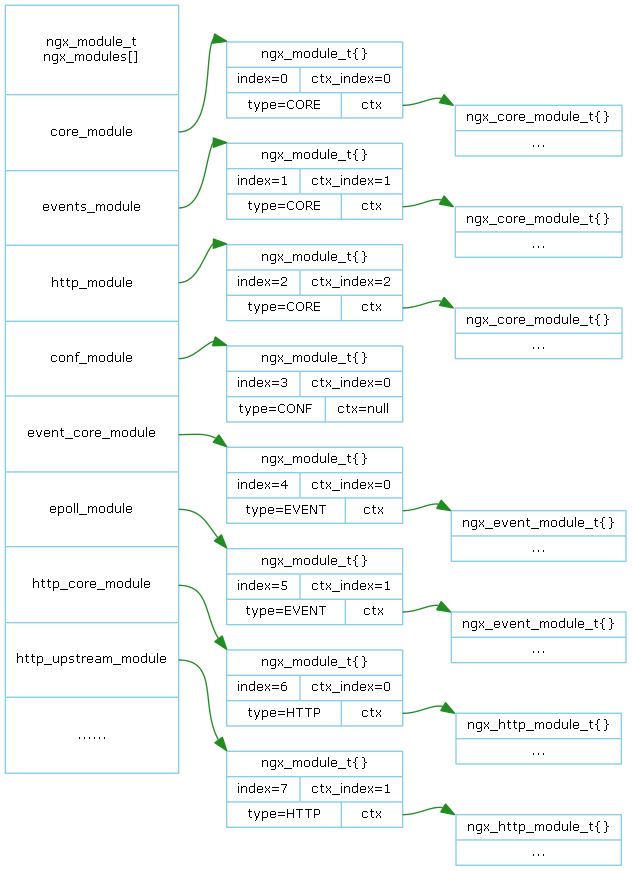
The Graphviz diagram doc/Graph/module_model/ngx_modules.png in lingjf/nginx_analyse, before a commit. Its source is kept beside it as doc/Graph/module_model/ngx_modules.gv.
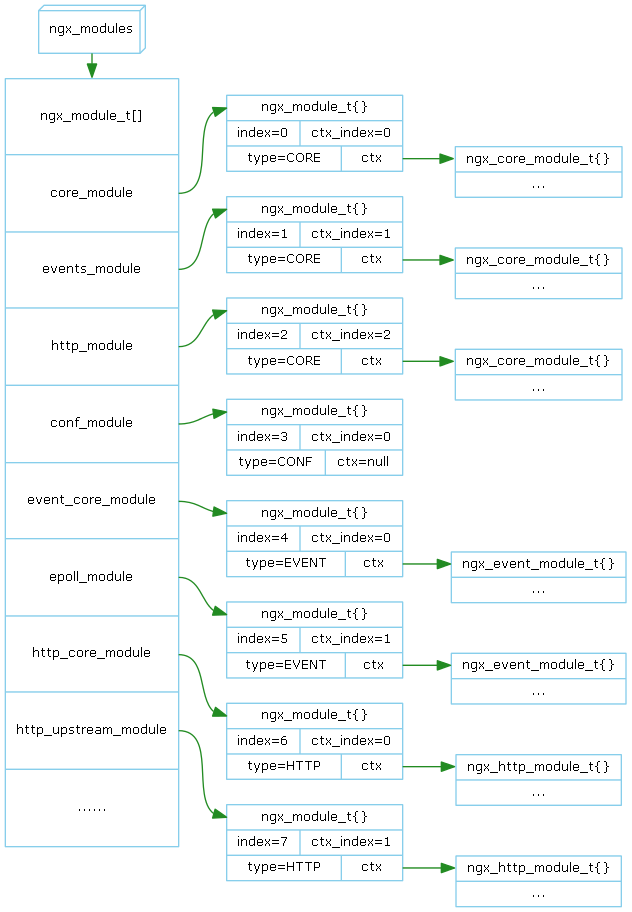
The same diagram one commit later.

Diff of the diagram source:
```diff
@@ -1,46 +1,49 @@
-digraph ngx_module {
+digraph ngx_modules {
    rankdir=LR;
 
    node [shape=record, color=skyblue, fontname="Verdana", fontsize=10];
    edge [color=forestgreen, fontname="Verdana", fontsize=10];
 
-   ngx_modules [label="ngx_module_t\nngx_modules[]|<core>core_module|<events>events_module|<http>http_module|<conf>conf_module|<eventcore>event_core_module|<epoll>epoll_module|<httpcore>http_core_module|<upstream>http_upstream_module|......", height=8];
+   ngx_modules [shape="box3d", label="ngx_modules"];
+   ngx_module_t [label="<head>ngx_module_t[]|<core>core_module|<events>events_module|<http>http_module|<conf>conf_module|<eventcore>event_core_module|<epoll>epoll_module|<httpcore>http_core_module|<upstream>http_upstream_module|......", height=8];
+   ngx_modules -> ngx_module_t:head;
+   {rank=same;ngx_modules;ngx_module_t};
 
-   ngx_core_module[label="ngx_module_t\{\}|{index=0|ctx_index=0}|{type=CORE|<ctx>ctx}"];
-   ngx_core_module_ctx1[label="ngx_core_module_t\{\}|..."];
-   ngx_modules:core -> ngx_core_module:nw;
-   ngx_core_module:ctx -> ngx_core_module_ctx1:nw;
+   ngx_core_module[label="<head>ngx_module_t\{\}|{index=0|ctx_index=0}|{type=CORE|<ctx>ctx}"];
+   ngx_core_module_ctx1[label="<head>ngx_core_module_t\{\}|..."];
+   ngx_module_t:core -> ngx_core_module:head;
+   ngx_core_module:ctx -> ngx_core_module_ctx1:head;
 
-   ngx_events_module[label="ngx_module_t\{\}|{index=1|ctx_index=1}|{type=CORE|<ctx>ctx}"];
-   ngx_core_module_ctx2[label="ngx_core_module_t\{\}|..."];
-   ngx_modules:events -> ngx_events_module:nw;
-   ngx_events_module:ctx -> ngx_core_module_ctx2:nw;
+   ngx_events_module[label="<head>ngx_module_t\{\}|{index=1|ctx_index=1}|{type=CORE|<ctx>ctx}"];
+   ngx_core_module_ctx2[label="<head>ngx_core_module_t\{\}|..."];
+   ngx_module_t:events -> ngx_events_module:head;
+   ngx_events_module:ctx -> ngx_core_module_ctx2:head;
 
-   ngx_http_module[label="ngx_module_t\{\}|{index=2|ctx_index=2}|{type=CORE|<ctx>ctx}"];
-   ngx_core_module_ctx3[label="ngx_core_module_t\{\}|..."];
-   ngx_modules:http -> ngx_http_module:nw;
-   ngx_http_module:ctx -> ngx_core_module_ctx3:nw;
+   ngx_http_module[label="<head>ngx_module_t\{\}|{index=2|ctx_index=2}|{type=CORE|<ctx>ctx}"];
+   ngx_core_module_ctx3[label="<head>ngx_core_module_t\{\}|..."];
+   ngx_module_t:http -> ngx_http_module:head;
+   ngx_http_module:ctx -> ngx_core_module_ctx3:head;
 
-   ngx_conf_module[label="ngx_module_t\{\}|{index=3|ctx_index=0}|{type=CONF|<ctx>ctx=null}"];
-   ngx_modules:conf -> ngx_conf_module:nw;
+   ngx_conf_module[label="<head>ngx_module_t\{\}|{index=3|ctx_index=0}|{type=CONF|<ctx>ctx=null}"];
+   ngx_module_t:conf -> ngx_conf_module:head;
 
-   ngx_event_core_module[label="ngx_module_t\{\}|{index=4|ctx_index=0}|{type=EVENT|<ctx>ctx}"];
-   ngx_event_module_ctx0[label="ngx_event_module_t\{\}|..."];
-   ngx_modules:eventcore -> ngx_event_core_module:nw;
-   ngx_event_core_module:ctx -> ngx_event_module_ctx0:nw;
+   ngx_event_core_module[label="<head>ngx_module_t\{\}|{index=4|ctx_index=0}|{type=EVENT|<ctx>ctx}"];
+   ngx_event_module_ctx0[label="<head>ngx_event_module_t\{\}|..."];
+   ngx_module_t:eventcore -> ngx_event_core_module:head;
+   ngx_event_core_module:ctx -> ngx_event_module_ctx0:head;
 
-   ngx_epoll_module[label="ngx_module_t\{\}|{index=5|ctx_index=1}|{type=EVENT|<ctx>ctx}"];
-   ngx_event_module_ctx1[label="ngx_event_module_t\{\}|..."];
-   ngx_modules:epoll -> ngx_epoll_module:nw;
-   ngx_epoll_module:ctx -> ngx_event_module_ctx1:nw;
+   ngx_epoll_module[label="<head>ngx_module_t\{\}|{index=5|ctx_index=1}|{type=EVENT|<ctx>ctx}"];
+   ngx_event_module_ctx1[label="<head>ngx_event_module_t\{\}|..."];
+   ngx_module_t:epoll -> ngx_epoll_module:head;
+   ngx_epoll_module:ctx -> ngx_event_module_ctx1:head;
 
-   ngx_http_core_module[label="ngx_module_t\{\}|{index=6|ctx_index=0}|{type=HTTP|<ctx>ctx}"];
-   ngx_http_module_ctx0[label="ngx_http_module_t\{\}|..."];
-   ngx_modules:httpcore -> ngx_http_core_module:nw;
-   ngx_http_core_module:ctx -> ngx_http_module_ctx0:nw;
+   ngx_http_core_module[label="<head>ngx_module_t\{\}|{index=6|ctx_index=0}|{type=HTTP|<ctx>ctx}"];
+   ngx_http_module_ctx0[label="<head>ngx_http_module_t\{\}|..."];
+   ngx_module_t:httpcore -> ngx_http_core_module:head;
+   ngx_http_core_module:ctx -> ngx_http_module_ctx0:head;
 
-   ngx_http_upstream_module[label="ngx_module_t\{\}|{index=7|ctx_index=1}|{type=HTTP|<ctx>ctx}"];
-   ngx_http_module_ctx1[label="ngx_http_module_t\{\}|..."];
-   ngx_modules:upstream -> ngx_http_upstream_module:nw;
-   ngx_http_upstream_module:ctx -> ngx_http_module_ctx1:nw;
+   ngx_http_upstream_module[label="<head>ngx_module_t\{\}|{index=7|ctx_index=1}|{type=HTTP|<ctx>ctx}"];
+   ngx_http_module_ctx1[label="<head>ngx_http_module_t\{\}|..."];
+   ngx_module_t:upstream -> ngx_http_upstream_module:head;
+   ngx_http_upstream_module:ctx -> ngx_http_module_ctx1:head;
 }
```
